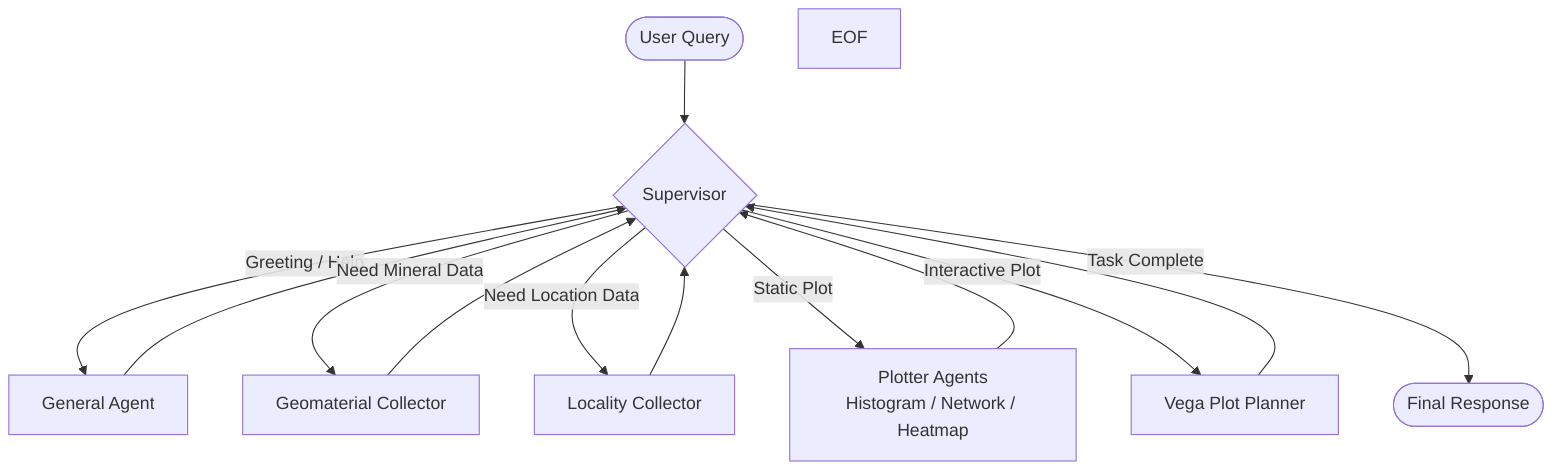
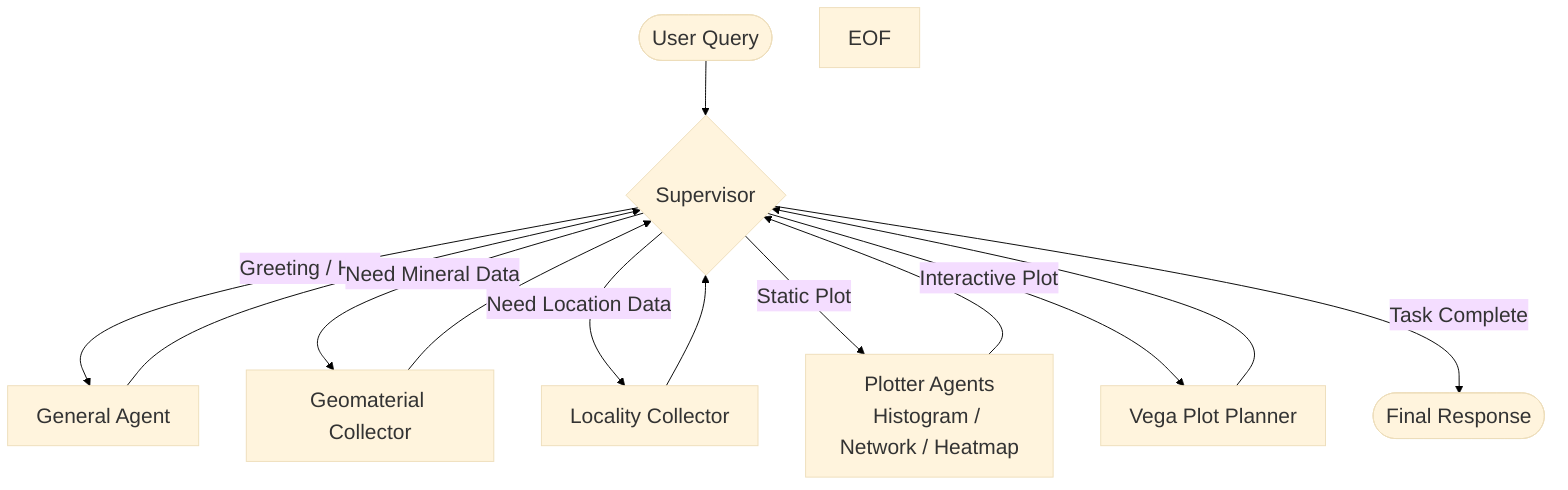
+ %%{init: {'theme':'base', 'themeVariables': {
+     'background': '#ffffff',
+     'fontSize': '22px',
+     'clusterBkg': '#ffffff',
+     'clusterBorder': '#000000'
+ }}}%%
graph TD
    User([User Query]) --> Supervisor{Supervisor}

    Supervisor -->|Greeting / Help| GeneralAgent[General Agent]
    GeneralAgent --> Supervisor

    Supervisor -->|Need Mineral Data| GeoCollector[Geomaterial Collector]
    Supervisor -->|Need Location Data| LocalityCollector[Locality Collector]

    GeoCollector --> Supervisor
    LocalityCollector --> Supervisor

    Supervisor -->|Static Plot| PlotterAgents[Plotter Agents\nHistogram / Network / Heatmap]
    PlotterAgents --> Supervisor

    Supervisor -->|Interactive Plot| VegaPlanner[Vega Plot Planner]
    VegaPlanner --> Supervisor

    Supervisor -->|Task Complete| FINISH([Final Response])
EOF